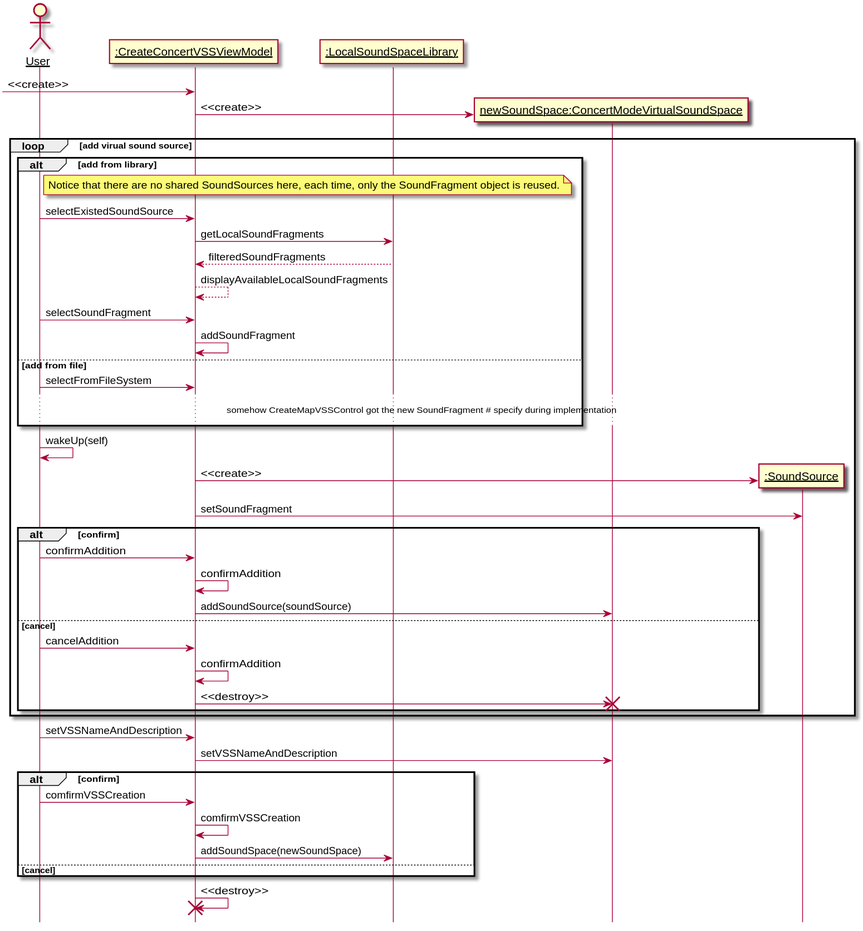
The PlantUML diagram 设计/Diagrams/CreateConcertModeVSS.svg in kpp19920121/doc, before a commit.
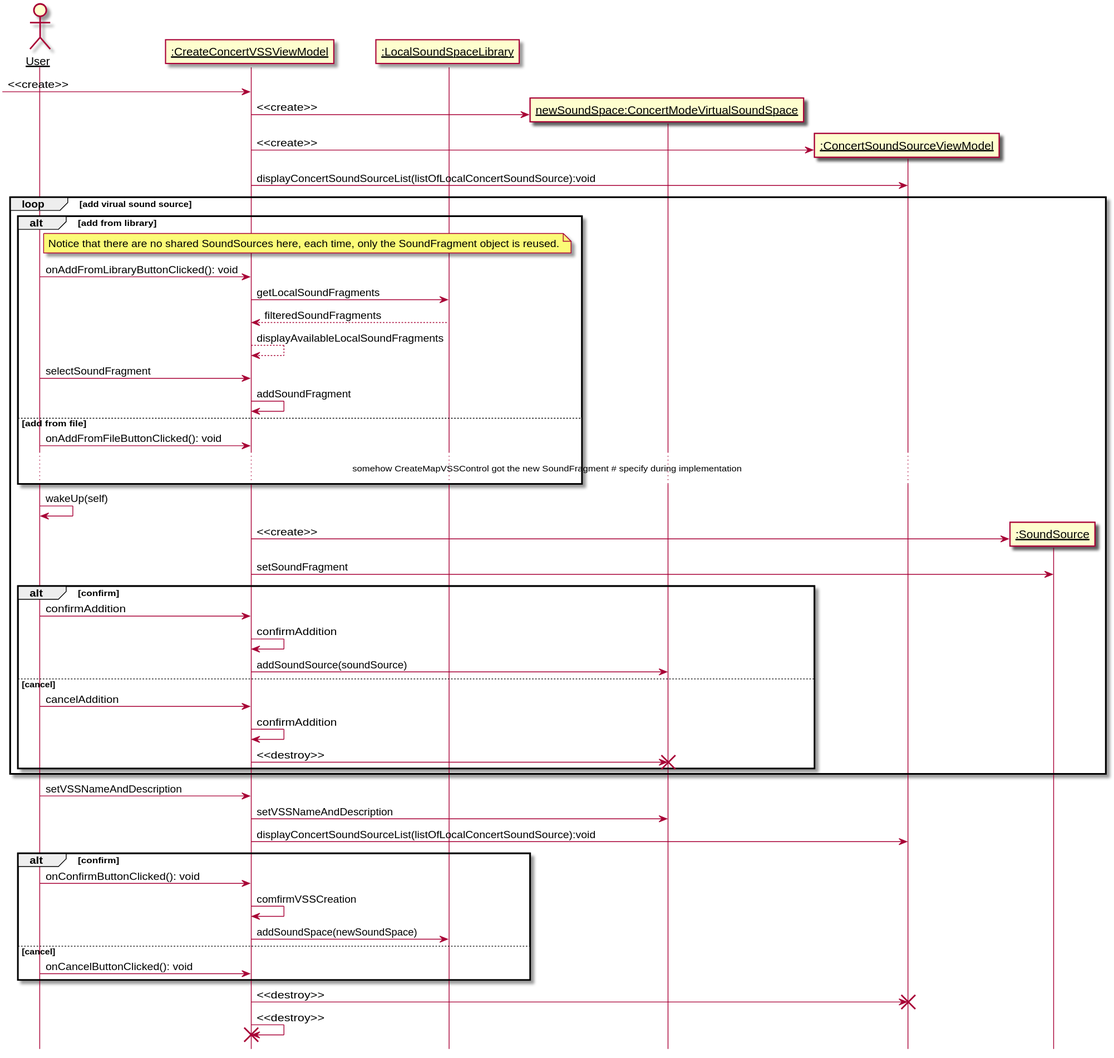
The same file after the commit.

Diff of the diagram source:
```diff
@@ -7,23 +7,27 @@
 participant ":CreateConcertVSSViewModel" as createboundary
 participant ":LocalSoundSpaceLibrary" as library
 participant "newSoundSpace:ConcertModeVirtualSoundSpace" as newspace
+participant ":ConcertSoundSourceViewModel" as cssvm
 
 create createboundary
 -> createboundary: <<create>>
 create newspace
 createboundary -> newspace: <<create>>
+create cssvm
+createboundary -> cssvm: <<create>>
+createboundary -> cssvm: displayConcertSoundSourceList(listOfLocalConcertSoundSource):void
 
 loop add virual sound source
     alt add from library
         note right of user: Notice that there are no shared SoundSources here, each time, only the SoundFragment object is reused.
-        user -> createboundary: selectExistedSoundSource
+        user -> createboundary: onAddFromLibraryButtonClicked(): void
         createboundary -> library: getLocalSoundFragments
         library --> createboundary: filteredSoundFragments
         createboundary --> createboundary: displayAvailableLocalSoundFragments
         user -> createboundary: selectSoundFragment
         createboundary -> createboundary: addSoundFragment
     else add from file
-        user -> createboundary: selectFromFileSystem
+        user -> createboundary: onAddFromFileButtonClicked(): void
         ...somehow CreateMapVSSControl got the new SoundFragment # specify during implementation...
     end
 
@@ -47,12 +51,16 @@
 end
 user -> createboundary: setVSSNameAndDescription
 createboundary -> newspace: setVSSNameAndDescription
+createboundary -> cssvm: displayConcertSoundSourceList(listOfLocalConcertSoundSource):void
 alt confirm
-    user -> createboundary: comfirmVSSCreation
+    user -> createboundary: onConfirmButtonClicked(): void
     createboundary -> createboundary: comfirmVSSCreation
     createboundary -> library: addSoundSpace(newSoundSpace)
 else cancel
+    user -> createboundary: onCancelButtonClicked(): void
 end
+createboundary -> cssvm: <<destroy>>
+destroy cssvm
 createboundary -> createboundary: <<destroy>>
 destroy createboundary
 @enduml
```
